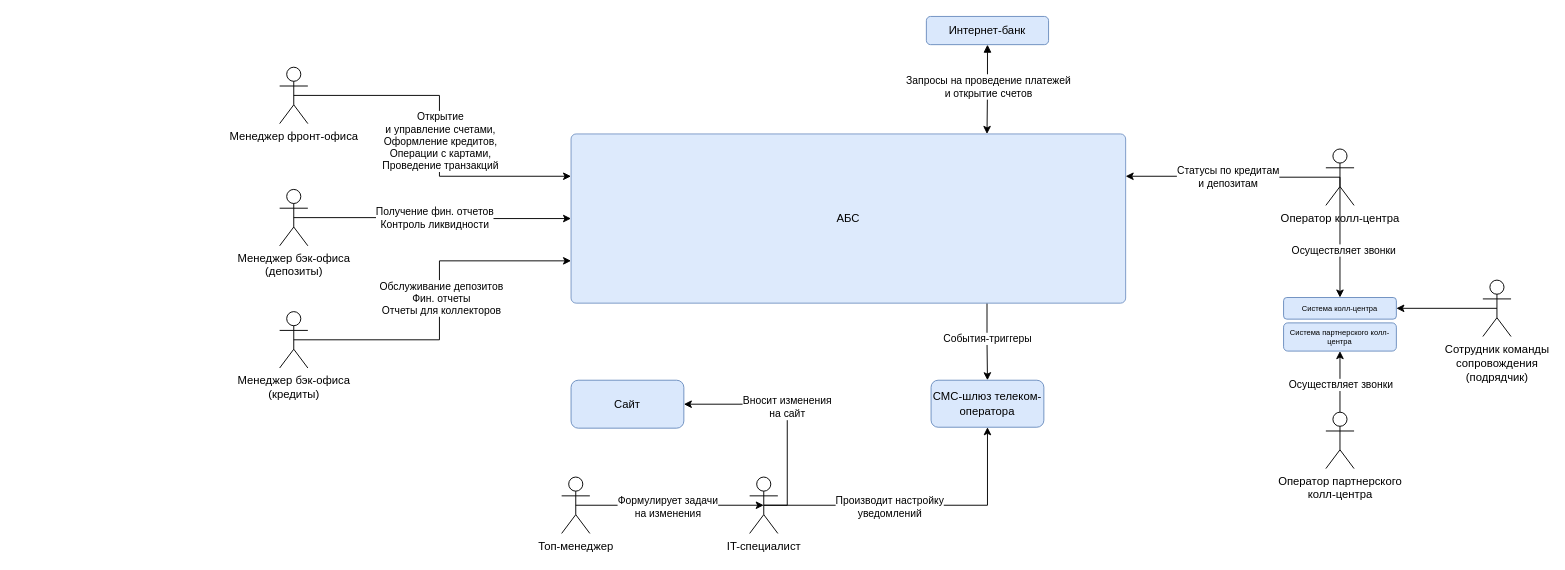
mnemchenko/architecture-sprint-9 keeps this draw.io diagram as Exc1/Integration Chart.drawio. Above is the earlier version. Source tidied: cells renumbered, new cells numbered last; positions are measured from the earlier drawing's top-left corner, leaving out a move shared by most shapes. Both pictures are drawn from the tidied source at 94%, with x=0, y=0 at pixel (279, 16).
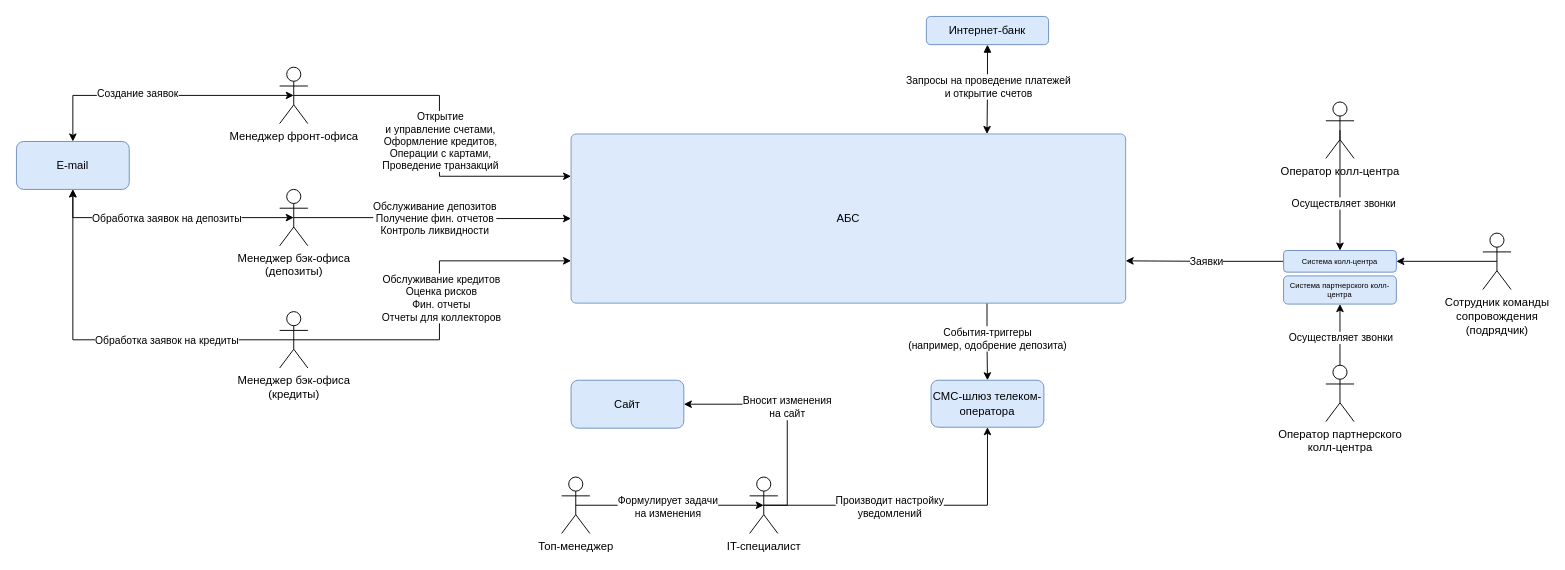
Above is the later version.

The change refers to these unchanged cells:
```xml
<mxCell id="2" style="edgeStyle=orthogonalEdgeStyle;rounded=0;jettySize=auto;html=1;exitX=0.75;exitY=1;exitDx=0;exitDy=0;entryX=0.5;entryY=0;entryDx=0;entryDy=0;" parent="1" edge="1" source="4" target="7">
  <mxGeometry relative="1" as="geometry" />
</mxCell>
<mxCell id="4" value="АБС" style="rounded=1;whiteSpace=wrap;html=1;fillColor=#dae8fc;strokeColor=#6c8ebf;arcSize=3;fillStyle=solid;opacity=90;" parent="1" vertex="1">
  <mxGeometry x="310" y="125" width="590" height="180" as="geometry" />
</mxCell>
<mxCell id="14" value="Менеджер фронт-офиса" style="shape=umlActor;verticalLabelPosition=bottom;verticalAlign=top;html=1;outlineConnect=0;" parent="1" vertex="1">
  <mxGeometry y="54" width="30" height="60" as="geometry" />
</mxCell>
<mxCell id="15" style="edgeStyle=orthogonalEdgeStyle;rounded=0;jettySize=auto;html=1;exitX=0.5;exitY=0.5;exitDx=0;exitDy=0;exitPerimeter=0;entryX=0;entryY=0.5;entryDx=0;entryDy=0;" parent="1" edge="1" source="17" target="4">
  <mxGeometry relative="1" as="geometry" />
</mxCell>
<mxCell id="17" value="Менеджер бэк-офиса&lt;div&gt;(депозиты)&lt;/div&gt;" style="shape=umlActor;verticalLabelPosition=bottom;verticalAlign=top;html=1;outlineConnect=0;" parent="1" vertex="1">
  <mxGeometry y="184" width="30" height="60" as="geometry" />
</mxCell>
<mxCell id="18" style="edgeStyle=orthogonalEdgeStyle;rounded=0;jettySize=auto;html=1;exitX=0.5;exitY=0.5;exitDx=0;exitDy=0;exitPerimeter=0;entryX=0;entryY=0.75;entryDx=0;entryDy=0;" parent="1" edge="1" source="20" target="4">
  <mxGeometry relative="1" as="geometry" />
</mxCell>
<mxCell id="20" value="Менеджер бэк-офиса&lt;div&gt;(кредиты)&lt;/div&gt;" style="shape=umlActor;verticalLabelPosition=bottom;verticalAlign=top;html=1;outlineConnect=0;" parent="1" vertex="1">
  <mxGeometry y="314" width="30" height="60" as="geometry" />
</mxCell>
```

The edit, as a diff of the source:
```diff
@@
-    <mxCell id="3" value="События-триггеры" style="edgeLabel;html=1;align=center;verticalAlign=middle;" parent="2" vertex="1">
+    <mxCell id="3" value="События-триггеры&lt;br&gt;(например, одобрение депозита)" style="edgeLabel;html=1;align=center;verticalAlign=middle;" parent="2" vertex="1">
       <mxGeometry x="-0.1" relative="1" as="geometry" />
     </mxCell>
@@
+    <mxCell id="39" style="edgeStyle=orthogonalEdgeStyle;rounded=0;jettySize=auto;html=1;exitX=0;exitY=0.5;exitDx=0;exitDy=0;entryX=1;entryY=0.75;entryDx=0;entryDy=0;" parent="1" edge="1" source="5" target="4">
+      <mxGeometry relative="1" as="geometry" />
+    </mxCell>
+    <mxCell id="40" value="Заявки" style="edgeLabel;html=1;align=center;verticalAlign=middle;" parent="39" vertex="1">
+      <mxGeometry y="-1" relative="1" as="geometry" />
+    </mxCell>
     <mxCell id="5" value="Система колл-центра" style="rounded=1;whiteSpace=wrap;html=1;fillColor=#dae8fc;strokeColor=#6c8ebf;fontSize=8;" parent="1" vertex="1">
-      <mxGeometry x="1068" y="299" width="120" height="23" as="geometry" />
+      <mxGeometry x="1068" y="249" width="120" height="23" as="geometry" />
     </mxCell>
     <mxCell id="6" value="Система партнерского колл-центра" style="rounded=1;whiteSpace=wrap;html=1;fillColor=#dae8fc;strokeColor=#6c8ebf;fontSize=8;" parent="1" vertex="1">
-      <mxGeometry x="1068" y="326" width="120" height="30" as="geometry" />
+      <mxGeometry x="1068" y="276" width="120" height="30" as="geometry" />
     </mxCell>
@@
+    <mxCell id="41" style="edgeStyle=orthogonalEdgeStyle;rounded=0;jettySize=auto;html=1;exitX=0.5;exitY=0.5;exitDx=0;exitDy=0;exitPerimeter=0;entryX=0.5;entryY=0;entryDx=0;entryDy=0;startArrow=classic;startFill=1;" parent="1" edge="1" source="14" target="47">
+      <mxGeometry relative="1" as="geometry" />
+    </mxCell>
+    <mxCell id="42" value="Создание заявок" style="edgeLabel;html=1;align=center;verticalAlign=middle;" parent="41" vertex="1">
+      <mxGeometry x="0.17" y="-3" relative="1" as="geometry">
+        <mxPoint x="-1" as="offset" />
+      </mxGeometry>
+    </mxCell>
@@
-    <mxCell id="16" value="Получение фин. отчетов&lt;br&gt;Контроль ликвидности" style="edgeLabel;html=1;align=center;verticalAlign=middle;" parent="15" vertex="1">
+    <mxCell id="16" value="Обслуживание депозитов&lt;br&gt;Получение фин. отчетов&lt;br&gt;Контроль ликвидности" style="edgeLabel;html=1;align=center;verticalAlign=middle;" parent="15" vertex="1">
       <mxGeometry x="0.01" relative="1" as="geometry" />
     </mxCell>
+    <mxCell id="43" style="edgeStyle=orthogonalEdgeStyle;rounded=0;jettySize=auto;html=1;exitX=0.5;exitY=0.5;exitDx=0;exitDy=0;exitPerimeter=0;entryX=0.5;entryY=1;entryDx=0;entryDy=0;startArrow=classic;startFill=1;" parent="1" edge="1" source="17" target="47">
+      <mxGeometry relative="1" as="geometry" />
+    </mxCell>
+    <mxCell id="44" value="Обработка заявок на депозиты" style="edgeLabel;html=1;align=center;verticalAlign=middle;" parent="43" vertex="1">
+      <mxGeometry x="0.48" relative="1" as="geometry">
+        <mxPoint x="60" as="offset" />
+      </mxGeometry>
+    </mxCell>
@@
-    <mxCell id="19" value="Обслуживание депозитов&lt;br&gt;Фин. отчеты&lt;br&gt;Отчеты для коллекторов" style="edgeLabel;html=1;align=center;verticalAlign=middle;" parent="18" vertex="1">
+    <mxCell id="19" value="Обслуживание кредитов&lt;br&gt;Оценка рисков&lt;br&gt;Фин. отчеты&lt;br&gt;Отчеты для коллекторов" style="edgeLabel;html=1;align=center;verticalAlign=middle;" parent="18" vertex="1">
       <mxGeometry x="0.05" y="-1" relative="1" as="geometry">
         <mxPoint y="-1" as="offset" />
       </mxGeometry>
     </mxCell>
+    <mxCell id="45" style="edgeStyle=orthogonalEdgeStyle;rounded=0;jettySize=auto;html=1;exitX=0.5;exitY=0.5;exitDx=0;exitDy=0;exitPerimeter=0;entryX=0.5;entryY=1;entryDx=0;entryDy=0;" parent="1" edge="1" source="20" target="47">
+      <mxGeometry relative="1" as="geometry" />
+    </mxCell>
+    <mxCell id="46" value="Обработка заявок на кредиты" style="edgeLabel;html=1;align=center;verticalAlign=middle;" parent="45" vertex="1">
+      <mxGeometry x="-0.4" y="3" relative="1" as="geometry">
+        <mxPoint x="-17" y="-3" as="offset" />
+      </mxGeometry>
+    </mxCell>
@@
-    <mxCell id="23" style="edgeStyle=orthogonalEdgeStyle;rounded=0;jettySize=auto;html=1;exitX=0.5;exitY=0.5;exitDx=0;exitDy=0;exitPerimeter=0;entryX=1;entryY=0.25;entryDx=0;entryDy=0;" parent="1" edge="1" source="25" target="4">
-      <mxGeometry relative="1" as="geometry" />
-    </mxCell>
-    <mxCell id="24" value="Статусы по кредитам&lt;br&gt;и депозитам" style="edgeLabel;html=1;align=center;verticalAlign=middle;" parent="23" vertex="1">
-      <mxGeometry x="0.05" y="-1" relative="1" as="geometry" />
-    </mxCell>
     <mxCell id="25" value="Оператор колл-центра" style="shape=umlActor;verticalLabelPosition=bottom;verticalAlign=top;html=1;outlineConnect=0;" parent="1" vertex="1">
-      <mxGeometry x="1113" y="141" width="30" height="60" as="geometry" />
+      <mxGeometry x="1113" y="91" width="30" height="60" as="geometry" />
     </mxCell>
@@
     <mxCell id="28" value="Оператор партнерского&lt;br&gt;колл-центра" style="shape=umlActor;verticalLabelPosition=bottom;verticalAlign=top;html=1;outlineConnect=0;" parent="1" vertex="1">
-      <mxGeometry x="1113" y="421" width="30" height="60" as="geometry" />
+      <mxGeometry x="1113" y="371" width="30" height="60" as="geometry" />
     </mxCell>
@@
     <mxCell id="38" value="Сотрудник команды&lt;br&gt;сопровождения&lt;br&gt;(подрядчик)" style="shape=umlActor;verticalLabelPosition=bottom;verticalAlign=top;html=1;outlineConnect=0;" parent="1" vertex="1">
-      <mxGeometry x="1280" y="280.5" width="30" height="60" as="geometry" />
+      <mxGeometry x="1280" y="230.5" width="30" height="60" as="geometry" />
     </mxCell>
+    <mxCell id="47" value="E-mail" style="rounded=1;whiteSpace=wrap;html=1;fillColor=#dae8fc;strokeColor=#6c8ebf;" parent="1" vertex="1">
+      <mxGeometry x="-280" y="133" width="120" height="51" as="geometry" />
+    </mxCell>
```
